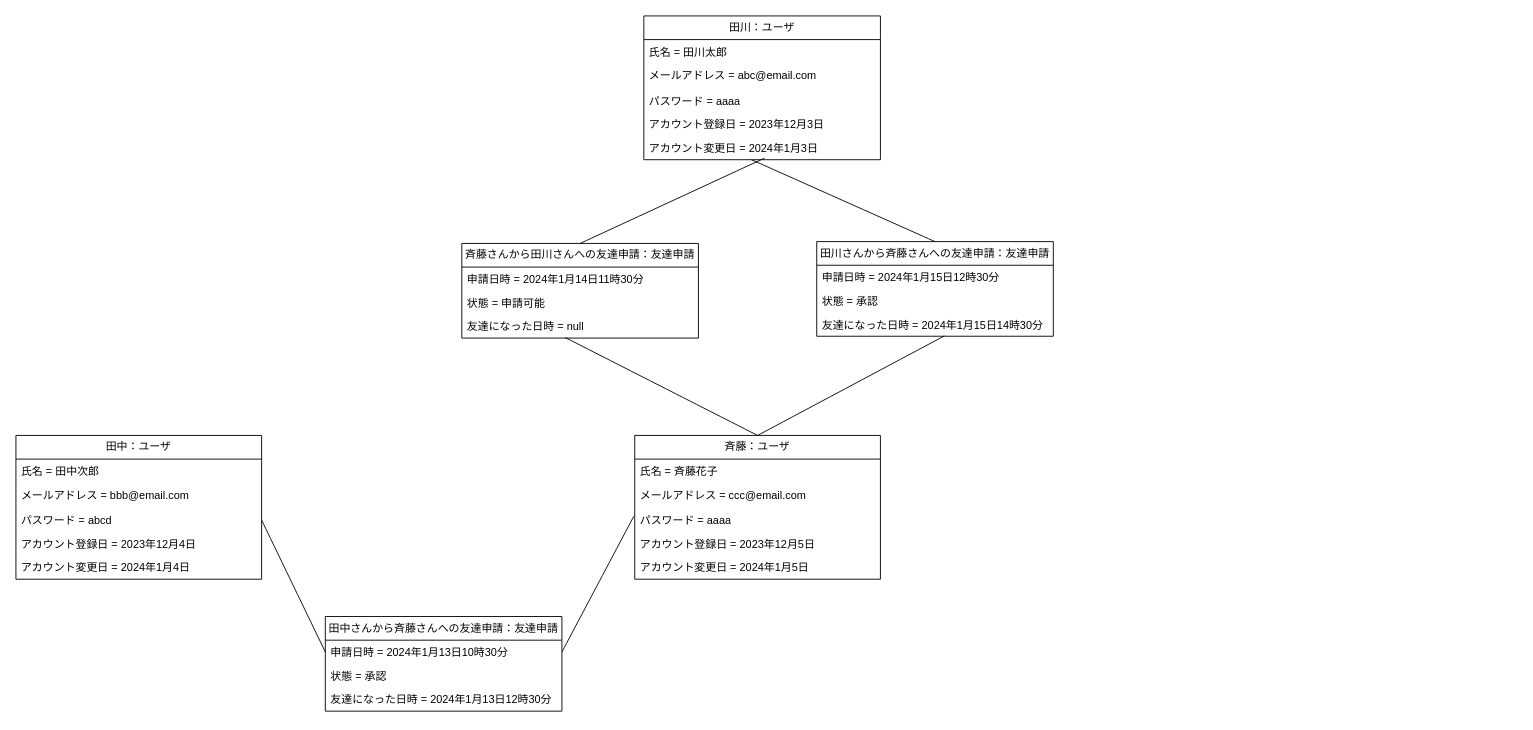
This is 概念モデル/08_友達申請の承認をする/友達申請の承認をする.drawio from tawainfer/scorpio, a draw.io file, before an edit. Source tidied: cells renumbered, new cells numbered last; positions are measured from the earlier drawing's top-left corner, leaving out a move shared by most shapes. Both pictures are drawn from the tidied source at 91%, with x=0, y=0 at pixel (15, 15).
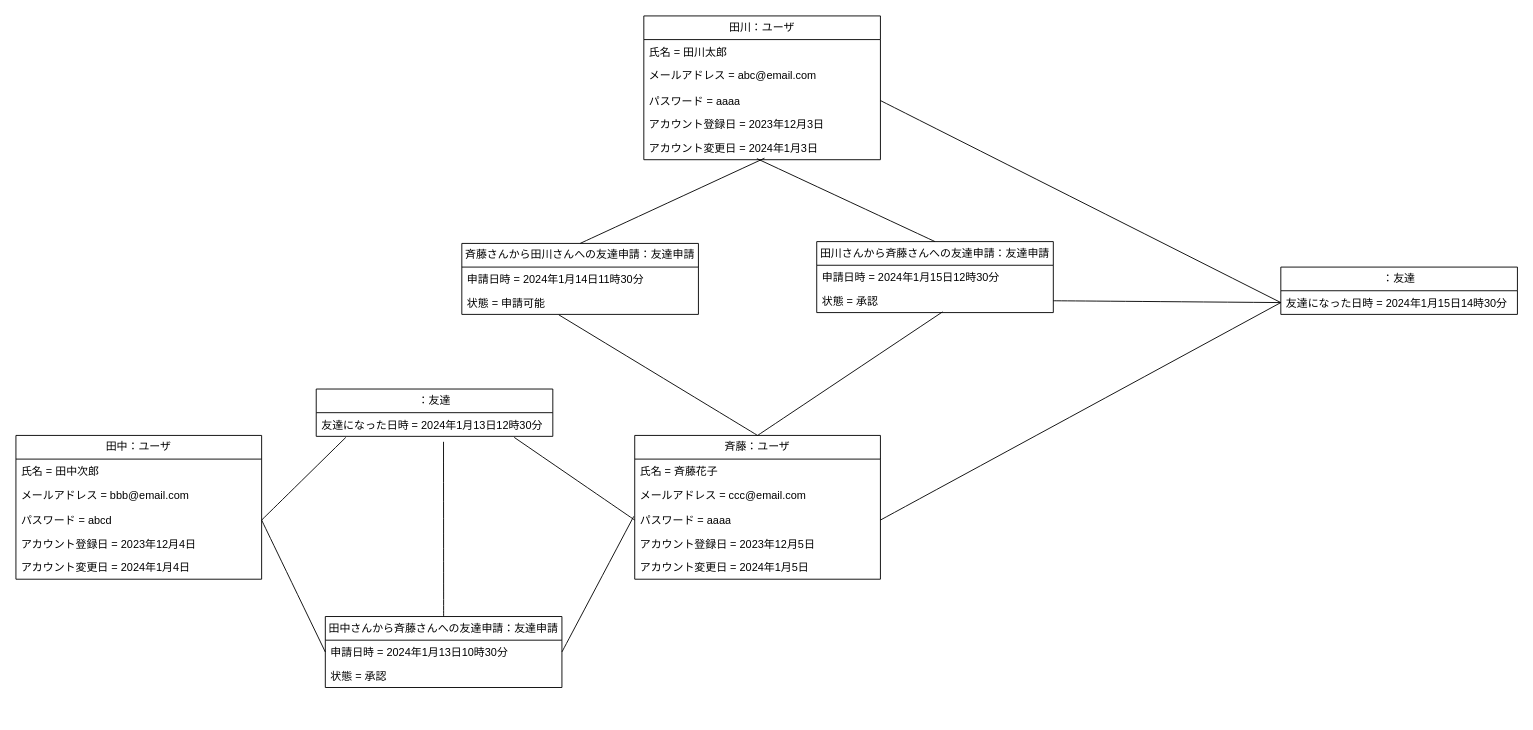
Above is the later version.

The change refers to these unchanged cells:
```xml
<mxCell id="9" value="パスワード = abcd" style="text;strokeColor=none;fillColor=none;align=left;verticalAlign=top;spacingLeft=4;spacingRight=4;overflow=hidden;points=[[0,0.5],[1,0.5]];portConstraint=eastwest;whiteSpace=wrap;html=1;" parent="6" vertex="1">
  <mxGeometry y="80" width="270" height="26" as="geometry" />
</mxCell>
<mxCell id="12" value="斉藤：ユーザ" style="swimlane;fontStyle=0;horizontal=1;startSize=26;fillColor=none;whiteSpace=wrap;html=1;" parent="1" vertex="1">
  <mxGeometry x="680" y="461" width="270" height="158" as="geometry" />
</mxCell>
<mxCell id="15" value="パスワード = aaaa" style="text;strokeColor=none;fillColor=none;align=left;verticalAlign=top;spacingLeft=4;spacingRight=4;overflow=hidden;points=[[0,0.5],[1,0.5]];portConstraint=eastwest;whiteSpace=wrap;html=1;" parent="12" vertex="1">
  <mxGeometry y="80" width="270" height="26" as="geometry" />
</mxCell>
<mxCell id="23" value="パスワード = aaaa" style="text;strokeColor=none;fillColor=none;align=left;verticalAlign=top;spacingLeft=4;spacingRight=4;overflow=hidden;points=[[0,0.5],[1,0.5]];portConstraint=eastwest;whiteSpace=wrap;html=1;" parent="20" vertex="1">
  <mxGeometry y="80" width="260" height="26" as="geometry" />
</mxCell>
<mxCell id="25" value="アカウント変更日 = 2024年1月3日" style="text;strokeColor=none;fillColor=none;align=left;verticalAlign=top;spacingLeft=4;spacingRight=4;overflow=hidden;points=[[0,0.5],[1,0.5]];portConstraint=eastwest;whiteSpace=wrap;html=1;" parent="20" vertex="1">
  <mxGeometry y="132" width="260" height="26" as="geometry" />
</mxCell>
<mxCell id="28" value="状態 = 承認" style="text;strokeColor=none;fillColor=none;align=left;verticalAlign=top;spacingLeft=4;spacingRight=4;overflow=hidden;points=[[0,0.5],[1,0.5]];portConstraint=eastwest;whiteSpace=wrap;html=1;" parent="26" vertex="1">
  <mxGeometry y="52" width="260" height="26" as="geometry" />
</mxCell>
<mxCell id="32" value="状態 = 申請可能" style="text;strokeColor=none;fillColor=none;align=left;verticalAlign=top;spacingLeft=4;spacingRight=4;overflow=hidden;points=[[0,0.5],[1,0.5]];portConstraint=eastwest;whiteSpace=wrap;html=1;" parent="30" vertex="1">
  <mxGeometry y="52" width="260" height="26" as="geometry" />
</mxCell>
```

The edit, as a diff of the source:
```diff
@@
+    <mxCell id="38" style="edgeStyle=none;curved=1;rounded=0;jettySize=auto;html=1;exitX=0.5;exitY=0;exitDx=0;exitDy=0;entryX=0.538;entryY=1.231;entryDx=0;entryDy=0;fontSize=12;startSize=8;endSize=8;entryPerimeter=0;endArrow=none;endFill=0;" parent="1" edge="1" source="2" target="5">
+      <mxGeometry relative="1" as="geometry" />
+    </mxCell>
     <mxCell id="2" value="田中さんから斉藤さんへの友達申請：友達申請" style="swimlane;fontStyle=0;horizontal=1;startSize=26;fillColor=none;whiteSpace=wrap;html=1;" parent="1" vertex="1">
-      <mxGeometry x="340" y="660" width="260" height="104" as="geometry" />
+      <mxGeometry x="340" y="660" width="260" height="78" as="geometry" />
     </mxCell>
@@
-    <mxCell id="5" value="友達になった日時 = 2024年1月13日12時30分" style="text;strokeColor=none;fillColor=none;align=left;verticalAlign=top;spacingLeft=4;spacingRight=4;overflow=hidden;points=[[0,0.5],[1,0.5]];portConstraint=eastwest;whiteSpace=wrap;html=1;" parent="2" vertex="1">
-      <mxGeometry y="78" width="260" height="26" as="geometry" />
-    </mxCell>
@@
     <mxCell id="26" value="田川さんから斉藤さんへの友達申請：友達申請" style="swimlane;fontStyle=0;horizontal=1;startSize=26;fillColor=none;whiteSpace=wrap;html=1;" parent="1" vertex="1">
-      <mxGeometry x="880" y="248" width="260" height="104" as="geometry" />
+      <mxGeometry x="880" y="248" width="260" height="78" as="geometry" />
     </mxCell>
@@
-    <mxCell id="29" value="友達になった日時 = 2024年1月15日14時30分" style="text;strokeColor=none;fillColor=none;align=left;verticalAlign=top;spacingLeft=4;spacingRight=4;overflow=hidden;points=[[0,0.5],[1,0.5]];portConstraint=eastwest;whiteSpace=wrap;html=1;" parent="26" vertex="1">
-      <mxGeometry y="78" width="260" height="26" as="geometry" />
-    </mxCell>
     <mxCell id="30" value="斉藤さんから田川さんへの友達申請：友達申請" style="swimlane;fontStyle=0;horizontal=1;startSize=26;fillColor=none;whiteSpace=wrap;html=1;" parent="1" vertex="1">
-      <mxGeometry x="490" y="250" width="260" height="104" as="geometry" />
+      <mxGeometry x="490" y="250" width="260" height="78" as="geometry" />
     </mxCell>
@@
-    <mxCell id="33" value="友達になった日時 = null" style="text;strokeColor=none;fillColor=none;align=left;verticalAlign=top;spacingLeft=4;spacingRight=4;overflow=hidden;points=[[0,0.5],[1,0.5]];portConstraint=eastwest;whiteSpace=wrap;html=1;" parent="30" vertex="1">
-      <mxGeometry y="78" width="260" height="26" as="geometry" />
-    </mxCell>
-    <mxCell id="34" style="edgeStyle=none;curved=1;rounded=0;jettySize=auto;html=1;exitX=0.5;exitY=0;exitDx=0;exitDy=0;entryX=0.437;entryY=0.978;entryDx=0;entryDy=0;entryPerimeter=0;fontSize=12;startSize=8;endSize=8;endArrow=none;endFill=0;" parent="1" edge="1" source="12" target="33">
+    <mxCell id="34" style="edgeStyle=none;curved=1;rounded=0;jettySize=auto;html=1;exitX=0.5;exitY=0;exitDx=0;exitDy=0;entryX=0.41;entryY=1.019;entryDx=0;entryDy=0;entryPerimeter=0;fontSize=12;startSize=8;endSize=8;endArrow=none;endFill=0;" parent="1" edge="1" source="12" target="32">
       <mxGeometry relative="1" as="geometry" />
     </mxCell>
-    <mxCell id="35" style="edgeStyle=none;curved=1;rounded=0;jettySize=auto;html=1;exitX=0.5;exitY=0;exitDx=0;exitDy=0;entryX=0.539;entryY=0.989;entryDx=0;entryDy=0;entryPerimeter=0;fontSize=12;startSize=8;endSize=8;endArrow=none;endFill=0;" parent="1" edge="1" source="12" target="29">
+    <mxCell id="35" style="edgeStyle=none;curved=1;rounded=0;jettySize=auto;html=1;exitX=0.5;exitY=0;exitDx=0;exitDy=0;entryX=0.532;entryY=0.968;entryDx=0;entryDy=0;entryPerimeter=0;fontSize=12;startSize=8;endSize=8;endArrow=none;endFill=0;" parent="1" edge="1" source="12" target="28">
       <mxGeometry relative="1" as="geometry" />
     </mxCell>
-    <mxCell id="36" style="edgeStyle=none;curved=1;rounded=0;jettySize=auto;html=1;exitX=0.5;exitY=0;exitDx=0;exitDy=0;entryX=0.455;entryY=1;entryDx=0;entryDy=0;entryPerimeter=0;fontSize=12;startSize=8;endSize=8;endArrow=none;endFill=0;" parent="1" edge="1" source="26" target="25">
+    <mxCell id="36" style="edgeStyle=none;curved=1;rounded=0;jettySize=auto;html=1;exitX=0.5;exitY=0;exitDx=0;exitDy=0;fontSize=12;startSize=8;endSize=8;endArrow=none;endFill=0;entryX=0.478;entryY=0.955;entryDx=0;entryDy=0;entryPerimeter=0;" parent="1" edge="1" source="26" target="25">
       <mxGeometry relative="1" as="geometry" />
     </mxCell>
@@
+    <mxCell id="39" style="edgeStyle=none;curved=1;rounded=0;jettySize=auto;html=1;exitX=1;exitY=0.5;exitDx=0;exitDy=0;entryX=0;entryY=0.5;entryDx=0;entryDy=0;fontSize=12;startSize=8;endSize=8;endArrow=none;endFill=0;" parent="1" edge="1" source="23" target="29">
+      <mxGeometry relative="1" as="geometry" />
+    </mxCell>
+    <mxCell id="40" style="edgeStyle=none;curved=1;rounded=0;jettySize=auto;html=1;exitX=1;exitY=0.5;exitDx=0;exitDy=0;fontSize=12;startSize=8;endSize=8;entryX=0;entryY=0.5;entryDx=0;entryDy=0;endArrow=none;endFill=0;" parent="1" edge="1" source="15" target="29">
+      <mxGeometry relative="1" as="geometry" />
+    </mxCell>
+    <mxCell id="41" style="edgeStyle=none;curved=1;rounded=0;jettySize=auto;html=1;exitX=1;exitY=0.5;exitDx=0;exitDy=0;entryX=0;entryY=0.5;entryDx=0;entryDy=0;fontSize=12;startSize=8;endSize=8;endArrow=none;endFill=0;" parent="1" edge="1" source="28" target="29">
+      <mxGeometry relative="1" as="geometry" />
+    </mxCell>
+    <mxCell id="42" style="edgeStyle=none;curved=1;rounded=0;jettySize=auto;html=1;exitX=1;exitY=0.5;exitDx=0;exitDy=0;entryX=0.125;entryY=1.045;entryDx=0;entryDy=0;entryPerimeter=0;fontSize=12;startSize=8;endSize=8;endArrow=none;endFill=0;" parent="1" edge="1" source="9" target="5">
+      <mxGeometry relative="1" as="geometry" />
+    </mxCell>
+    <mxCell id="43" style="edgeStyle=none;curved=1;rounded=0;jettySize=auto;html=1;exitX=0;exitY=0.5;exitDx=0;exitDy=0;fontSize=12;startSize=8;endSize=8;entryX=0.837;entryY=1.045;entryDx=0;entryDy=0;entryPerimeter=0;endArrow=none;endFill=0;" parent="1" edge="1" source="15" target="5">
+      <mxGeometry relative="1" as="geometry" />
+    </mxCell>
+    <mxCell id="44" value="：友達" style="swimlane;fontStyle=0;horizontal=1;startSize=26;fillColor=none;whiteSpace=wrap;html=1;" parent="1" vertex="1">
+      <mxGeometry x="1390" y="276" width="260" height="52" as="geometry" />
+    </mxCell>
+    <mxCell id="29" value="友達になった日時 =&amp;nbsp;2024年1月15日14時30分" style="text;strokeColor=none;fillColor=none;align=left;verticalAlign=top;spacingLeft=4;spacingRight=4;overflow=hidden;points=[[0,0.5],[1,0.5]];portConstraint=eastwest;whiteSpace=wrap;html=1;" parent="44" vertex="1">
+      <mxGeometry y="26" width="260" height="26" as="geometry" />
+    </mxCell>
+    <mxCell id="45" value="：友達" style="swimlane;fontStyle=0;horizontal=1;startSize=26;fillColor=none;whiteSpace=wrap;html=1;" parent="1" vertex="1">
+      <mxGeometry x="330" y="410" width="260" height="52" as="geometry" />
+    </mxCell>
+    <mxCell id="5" value="友達になった日時 =&amp;nbsp;2024年1月13日12時30分" style="text;strokeColor=none;fillColor=none;align=left;verticalAlign=top;spacingLeft=4;spacingRight=4;overflow=hidden;points=[[0,0.5],[1,0.5]];portConstraint=eastwest;whiteSpace=wrap;html=1;" parent="45" vertex="1">
+      <mxGeometry y="26" width="260" height="26" as="geometry" />
+    </mxCell>
```
